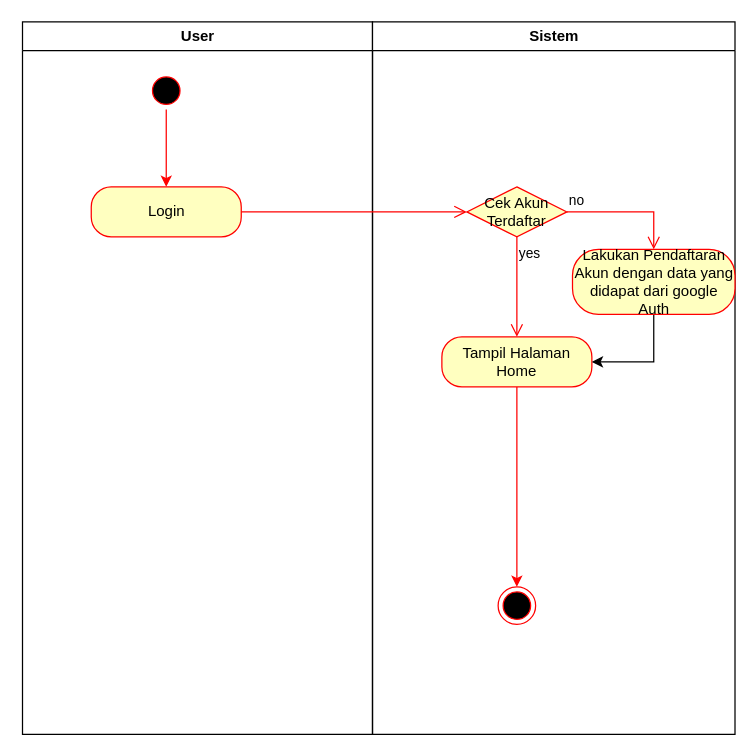
Before: activity diagram.drawio in dikynugraha1111/db_structure, a draw.io diagram. Source tidied: cells renumbered, new cells numbered last; positions are measured from the earlier drawing's top-left corner, leaving out a move shared by most shapes. Both pictures are drawn from the tidied source at 125%, with x=0, y=0 at pixel (21, 21).
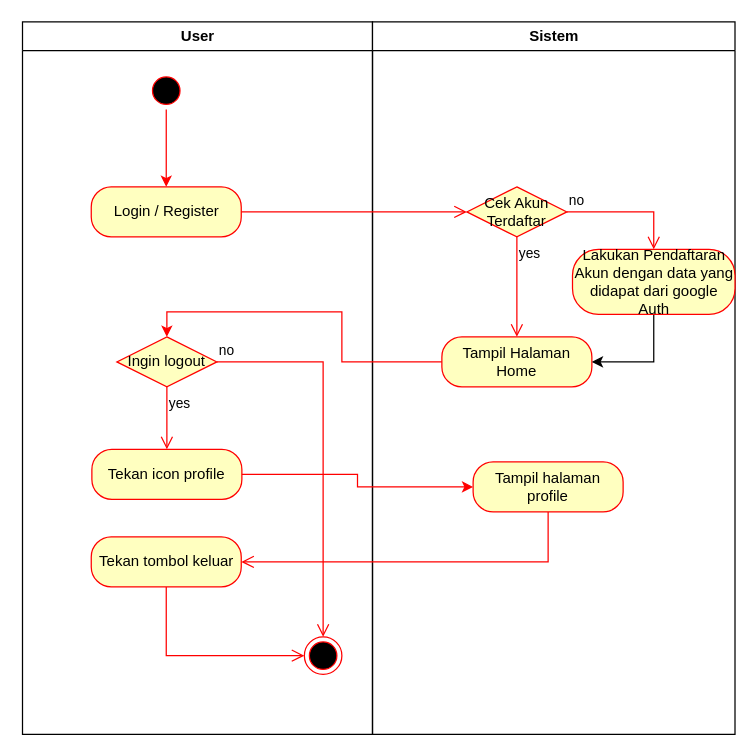
The same page after the edit.

Commit message:
login and logout

Unchanged cells that the change refers to:
```xml
<mxCell id="2" value="User" style="swimlane;whiteSpace=wrap;" parent="1" vertex="1">
  <mxGeometry x="0.5" width="280" height="570" as="geometry" />
</mxCell>
<mxCell id="6" value="Sistem" style="swimlane;whiteSpace=wrap;" parent="1" vertex="1">
  <mxGeometry x="280.5" width="290" height="570" as="geometry" />
</mxCell>
<mxCell id="9" value="Tampil Halaman Home" style="rounded=1;whiteSpace=wrap;html=1;arcSize=40;fontColor=#000000;fillColor=#ffffc0;strokeColor=#ff0000;" parent="6" vertex="1">
  <mxGeometry x="55.5" y="252" width="120" height="40" as="geometry" />
</mxCell>
```

Change to the diagram source:
```diff
@@
-    <mxCell id="5" value="Login" style="rounded=1;whiteSpace=wrap;html=1;arcSize=40;fontColor=#000000;fillColor=#ffffc0;strokeColor=#ff0000;" parent="2" vertex="1">
+    <mxCell id="5" value="Login / Register" style="rounded=1;whiteSpace=wrap;html=1;arcSize=40;fontColor=#000000;fillColor=#ffffc0;strokeColor=#ff0000;" parent="2" vertex="1">
       <mxGeometry x="55" y="132" width="120" height="40" as="geometry" />
     </mxCell>
+    <mxCell id="16" value="Ingin logout" style="rhombus;whiteSpace=wrap;html=1;fontColor=#000000;fillColor=#ffffc0;strokeColor=#ff0000;" parent="2" vertex="1">
+      <mxGeometry x="75.5" y="252" width="80" height="40" as="geometry" />
+    </mxCell>
+    <mxCell id="17" value="no" style="edgeStyle=orthogonalEdgeStyle;html=1;align=left;verticalAlign=bottom;endArrow=open;endSize=8;strokeColor=#ff0000;rounded=0;entryX=0.5;entryY=0;entryDx=0;entryDy=0;" parent="2" edge="1" source="16" target="11">
+      <mxGeometry x="-1" relative="1" as="geometry" />
+    </mxCell>
+    <mxCell id="18" value="yes" style="edgeStyle=orthogonalEdgeStyle;html=1;align=left;verticalAlign=top;endArrow=open;endSize=8;strokeColor=#ff0000;rounded=0;entryX=0.5;entryY=0;entryDx=0;entryDy=0;" parent="2" edge="1" source="16" target="19">
+      <mxGeometry x="-1" relative="1" as="geometry" />
+    </mxCell>
+    <mxCell id="11" style="ellipse;html=1;shape=endState;fillColor=#000000;strokeColor=#ff0000;" parent="2" vertex="1">
+      <mxGeometry x="225.5" y="492" width="30" height="30" as="geometry" />
+    </mxCell>
+    <mxCell id="19" value="Tekan icon profile" style="rounded=1;whiteSpace=wrap;html=1;arcSize=40;fontColor=#000000;fillColor=#ffffc0;strokeColor=#ff0000;" parent="2" vertex="1">
+      <mxGeometry x="55.5" y="342" width="120" height="40" as="geometry" />
+    </mxCell>
+    <mxCell id="20" value="Tekan tombol keluar" style="rounded=1;whiteSpace=wrap;html=1;arcSize=40;fontColor=#000000;fillColor=#ffffc0;strokeColor=#ff0000;" parent="2" vertex="1">
+      <mxGeometry x="55" y="412" width="120" height="40" as="geometry" />
+    </mxCell>
+    <mxCell id="21" style="edgeStyle=orthogonalEdgeStyle;html=1;verticalAlign=bottom;endArrow=open;endSize=8;strokeColor=#ff0000;rounded=0;entryX=0;entryY=0.5;entryDx=0;entryDy=0;exitX=0.5;exitY=1;exitDx=0;exitDy=0;" parent="2" edge="1" source="20" target="11">
+      <mxGeometry relative="1" as="geometry" />
+    </mxCell>
@@
-    <mxCell id="8" style="edgeStyle=orthogonalEdgeStyle;rounded=0;jettySize=auto;html=1;strokeColor=#FF0000;" parent="6" edge="1" source="9" target="11">
-      <mxGeometry relative="1" as="geometry" />
-    </mxCell>
@@
-    <mxCell id="11" style="ellipse;html=1;shape=endState;fillColor=#000000;strokeColor=#ff0000;" parent="6" vertex="1">
-      <mxGeometry x="100.5" y="452" width="30" height="30" as="geometry" />
-    </mxCell>
@@
+    <mxCell id="22" value="Tampil halaman profile" style="rounded=1;whiteSpace=wrap;html=1;arcSize=40;fontColor=#000000;fillColor=#ffffc0;strokeColor=#ff0000;" parent="6" vertex="1">
+      <mxGeometry x="80.5" y="352" width="120" height="40" as="geometry" />
+    </mxCell>
@@
+    <mxCell id="23" style="edgeStyle=orthogonalEdgeStyle;rounded=0;jettySize=auto;html=1;entryX=0.5;entryY=0;entryDx=0;entryDy=0;strokeColor=#FF0000;" parent="1" edge="1" source="9" target="16">
+      <mxGeometry relative="1" as="geometry">
+        <Array as="points">
+          <mxPoint x="256" y="272" />
+          <mxPoint x="256" y="232" />
+          <mxPoint x="116" y="232" />
+        </Array>
+      </mxGeometry>
+    </mxCell>
+    <mxCell id="24" style="edgeStyle=orthogonalEdgeStyle;rounded=0;jettySize=auto;html=1;entryX=0;entryY=0.5;entryDx=0;entryDy=0;strokeColor=#FF0000;" parent="1" edge="1" source="19" target="22">
+      <mxGeometry relative="1" as="geometry" />
+    </mxCell>
+    <mxCell id="25" style="edgeStyle=orthogonalEdgeStyle;html=1;verticalAlign=bottom;endArrow=open;endSize=8;strokeColor=#ff0000;rounded=0;entryX=1;entryY=0.5;entryDx=0;entryDy=0;exitX=0.5;exitY=1;exitDx=0;exitDy=0;" parent="1" edge="1" source="22" target="20">
+      <mxGeometry relative="1" as="geometry" />
+    </mxCell>
```
